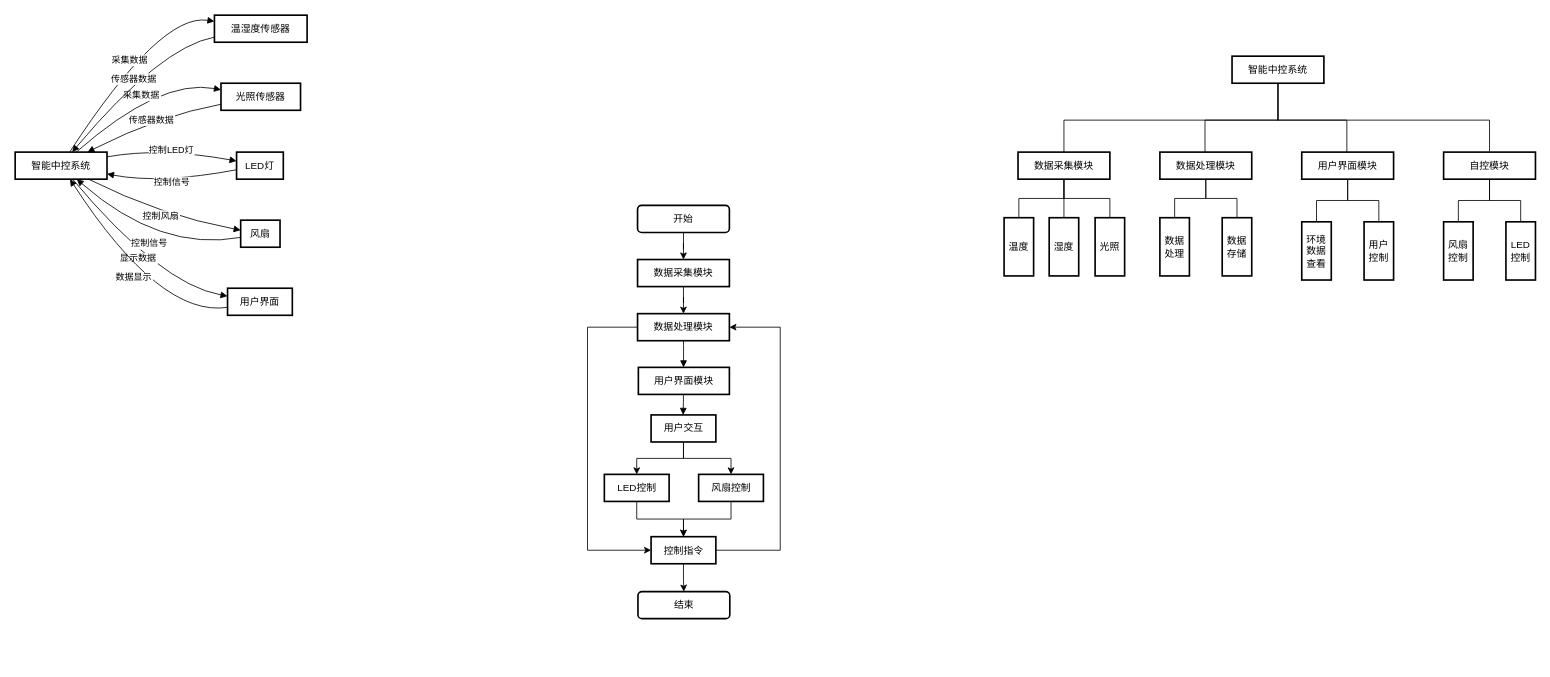
This is 智能硬件开发/智能中控系统架构图.drawio from kurisaW/Graph_Store, a draw.io file, before an edit. Source tidied: cells renumbered, new cells numbered last; positions are measured from the earlier drawing's top-left corner, leaving out a move shared by most shapes. Both pictures are drawn from the tidied source at 82%, with x=0, y=0 at pixel (15, 12).
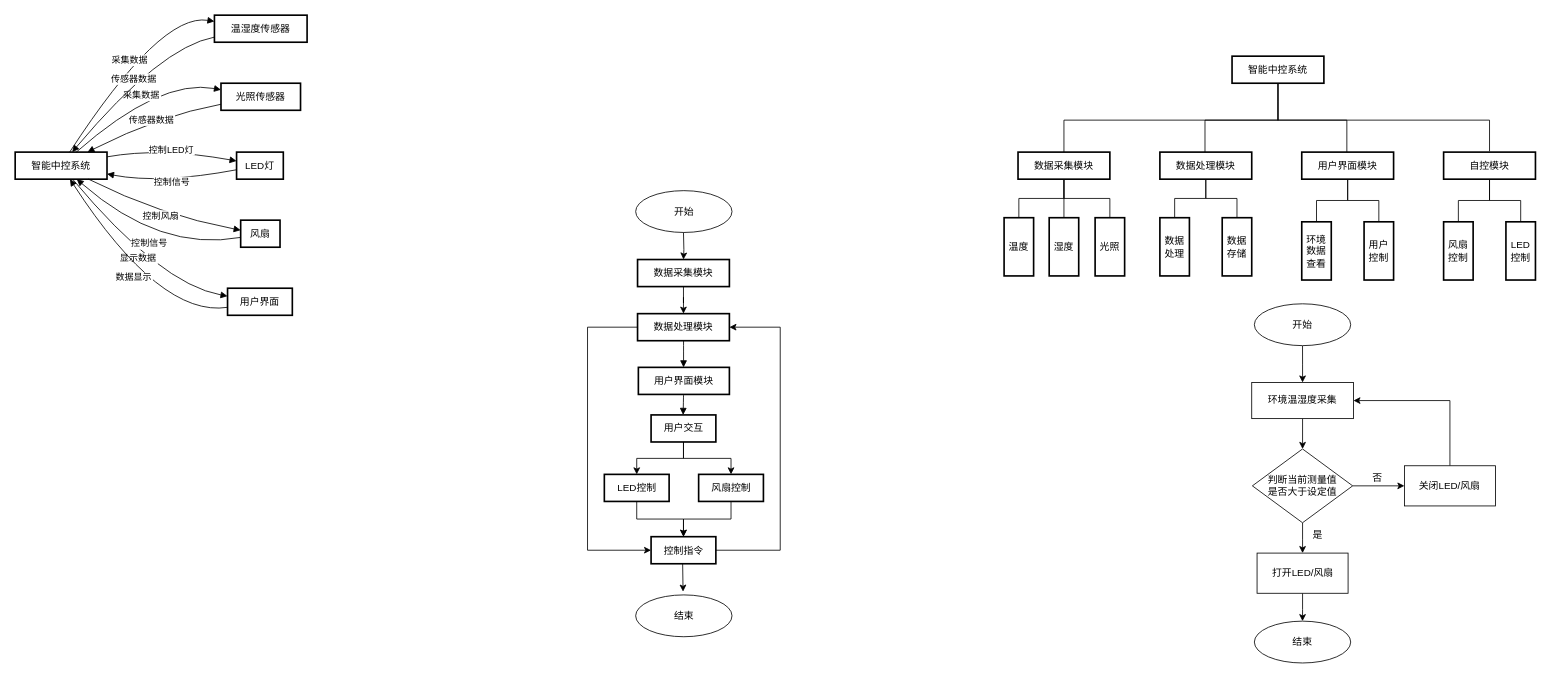
Above is the later version.

Commit message:
更新智能中控系统架构图.drawio

Unchanged cells that the change refers to:
```xml
<mxCell id="21" value="数据采集模块" style="whiteSpace=wrap;strokeWidth=2;" parent="1" vertex="1">
  <mxGeometry x="759" y="301" width="112" height="33" as="geometry" />
</mxCell>
<mxCell id="55" value="控制指令" style="whiteSpace=wrap;strokeWidth=2;" parent="1" vertex="1">
  <mxGeometry x="775.5" y="639" width="79" height="33" as="geometry" />
</mxCell>
```

What changed in the source:
```diff
@@
-    <mxCell id="48" style="edgeStyle=orthogonalEdgeStyle;rounded=0;jettySize=auto;html=1;" parent="1" edge="1" source="49" target="21">
-      <mxGeometry relative="1" as="geometry" />
+    <mxCell id="48" style="edgeStyle=orthogonalEdgeStyle;rounded=0;jettySize=auto;html=1;" parent="1" edge="1" target="21">
+      <mxGeometry relative="1" as="geometry">
+        <mxPoint x="815" y="268" as="sourcePoint" />
+      </mxGeometry>
     </mxCell>
-    <mxCell id="49" value="开始" style="whiteSpace=wrap;strokeWidth=2;rounded=1;" parent="1" vertex="1">
-      <mxGeometry x="759" y="235" width="112" height="33" as="geometry" />
-    </mxCell>
@@
-    <mxCell id="54" style="edgeStyle=orthogonalEdgeStyle;rounded=0;jettySize=auto;html=1;" parent="1" edge="1" source="55" target="56">
-      <mxGeometry relative="1" as="geometry" />
+    <mxCell id="54" style="edgeStyle=orthogonalEdgeStyle;rounded=0;orthogonalLoop=1;jettySize=auto;html=1;" parent="1" edge="1">
+      <mxGeometry relative="1" as="geometry">
+        <mxPoint x="814" y="672" as="sourcePoint" />
+        <mxPoint x="814.5" y="706" as="targetPoint" />
+      </mxGeometry>
     </mxCell>
@@
-    <mxCell id="56" value="结束" style="whiteSpace=wrap;strokeWidth=2;rounded=1;" parent="1" vertex="1">
-      <mxGeometry x="759.5" y="706" width="112" height="33" as="geometry" />
-    </mxCell>
@@
+    <mxCell id="66" value="开始" style="ellipse;whiteSpace=wrap;html=1;" parent="1" vertex="1">
+      <mxGeometry x="756.7" y="217" width="117.5" height="51" as="geometry" />
+    </mxCell>
+    <mxCell id="67" value="结束" style="ellipse;whiteSpace=wrap;html=1;" parent="1" vertex="1">
+      <mxGeometry x="756.7" y="710" width="117.5" height="51" as="geometry" />
+    </mxCell>
+    <mxCell id="68" style="edgeStyle=orthogonalEdgeStyle;rounded=0;jettySize=auto;html=1;" parent="1" edge="1" source="69" target="71">
+      <mxGeometry relative="1" as="geometry" />
+    </mxCell>
+    <mxCell id="69" value="开始" style="ellipse;whiteSpace=wrap;html=1;" parent="1" vertex="1">
+      <mxGeometry x="1511.2" y="355" width="117.5" height="51" as="geometry" />
+    </mxCell>
+    <mxCell id="70" style="edgeStyle=orthogonalEdgeStyle;rounded=0;jettySize=auto;html=1;" parent="1" edge="1" source="71" target="74">
+      <mxGeometry relative="1" as="geometry" />
+    </mxCell>
+    <mxCell id="71" value="环境温湿度采集" style="rounded=0;whiteSpace=wrap;html=1;" parent="1" vertex="1">
+      <mxGeometry x="1508" y="451" width="124" height="44" as="geometry" />
+    </mxCell>
+    <mxCell id="72" style="edgeStyle=orthogonalEdgeStyle;rounded=0;jettySize=auto;html=1;" parent="1" edge="1" source="74" target="76">
+      <mxGeometry relative="1" as="geometry" />
+    </mxCell>
+    <mxCell id="73" style="edgeStyle=orthogonalEdgeStyle;rounded=0;jettySize=auto;html=1;" parent="1" edge="1" source="74" target="79">
+      <mxGeometry relative="1" as="geometry" />
+    </mxCell>
+    <mxCell id="74" value="判断当前测量值&lt;br&gt;是否大于设定值" style="rhombus;whiteSpace=wrap;html=1;" parent="1" vertex="1">
+      <mxGeometry x="1508.8" y="532" width="122.3" height="90" as="geometry" />
+    </mxCell>
+    <mxCell id="75" style="edgeStyle=orthogonalEdgeStyle;rounded=0;jettySize=auto;html=1;" parent="1" edge="1" source="76" target="81">
+      <mxGeometry relative="1" as="geometry" />
+    </mxCell>
+    <mxCell id="76" value="打开LED/风扇" style="rounded=0;whiteSpace=wrap;html=1;" parent="1" vertex="1">
+      <mxGeometry x="1514.5" y="659" width="111" height="49" as="geometry" />
+    </mxCell>
+    <mxCell id="77" value="是" style="text;html=1;align=center;verticalAlign=middle;strokeColor=none;fillColor=none;" parent="1" vertex="1">
+      <mxGeometry x="1573.2" y="623.5" width="30" height="26" as="geometry" />
+    </mxCell>
+    <mxCell id="78" style="edgeStyle=orthogonalEdgeStyle;rounded=0;jettySize=auto;html=1;entryX=1;entryY=0.5;entryDx=0;entryDy=0;" parent="1" edge="1" source="79" target="71">
+      <mxGeometry relative="1" as="geometry">
+        <Array as="points">
+          <mxPoint x="1750.2" y="473" />
+        </Array>
+      </mxGeometry>
+    </mxCell>
+    <mxCell id="79" value="关闭LED/风扇" style="rounded=0;whiteSpace=wrap;html=1;" parent="1" vertex="1">
+      <mxGeometry x="1694.2" y="552.5" width="111" height="49" as="geometry" />
+    </mxCell>
+    <mxCell id="80" value="否" style="text;html=1;align=center;verticalAlign=middle;strokeColor=none;fillColor=none;" parent="1" vertex="1">
+      <mxGeometry x="1646.2" y="555" width="30" height="26" as="geometry" />
+    </mxCell>
+    <mxCell id="81" value="结束" style="ellipse;whiteSpace=wrap;html=1;" parent="1" vertex="1">
+      <mxGeometry x="1511.2" y="742" width="117.5" height="51" as="geometry" />
+    </mxCell>
```
